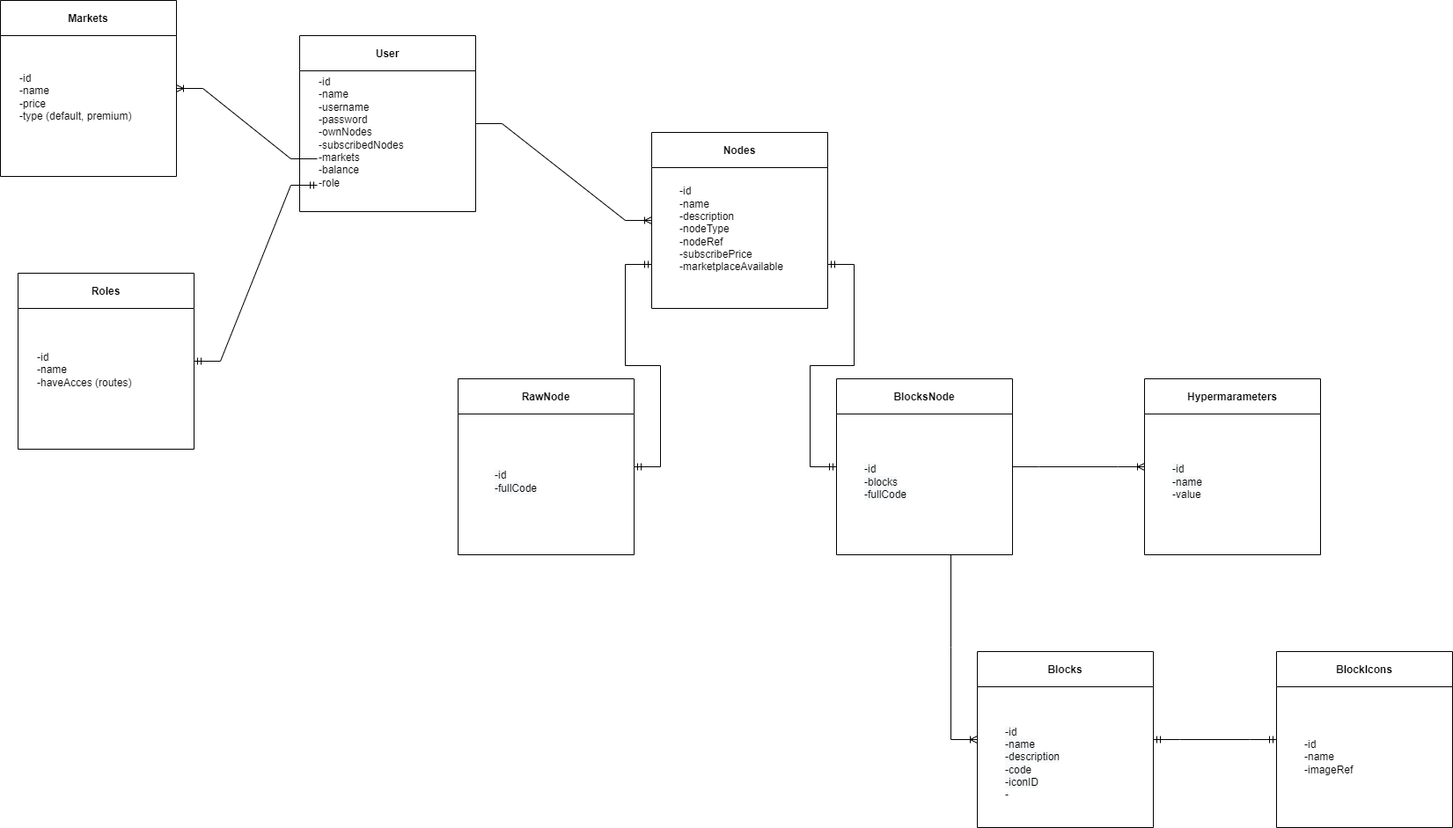
The draw.io diagram ER.drawio.png in GabrielDamian/Stonks_Ultimate_BachelorDegree, before a commit. Source tidied: cells renumbered, new cells last; positions are measured from the earlier drawing's top-left corner, leaving out a move shared by most shapes.
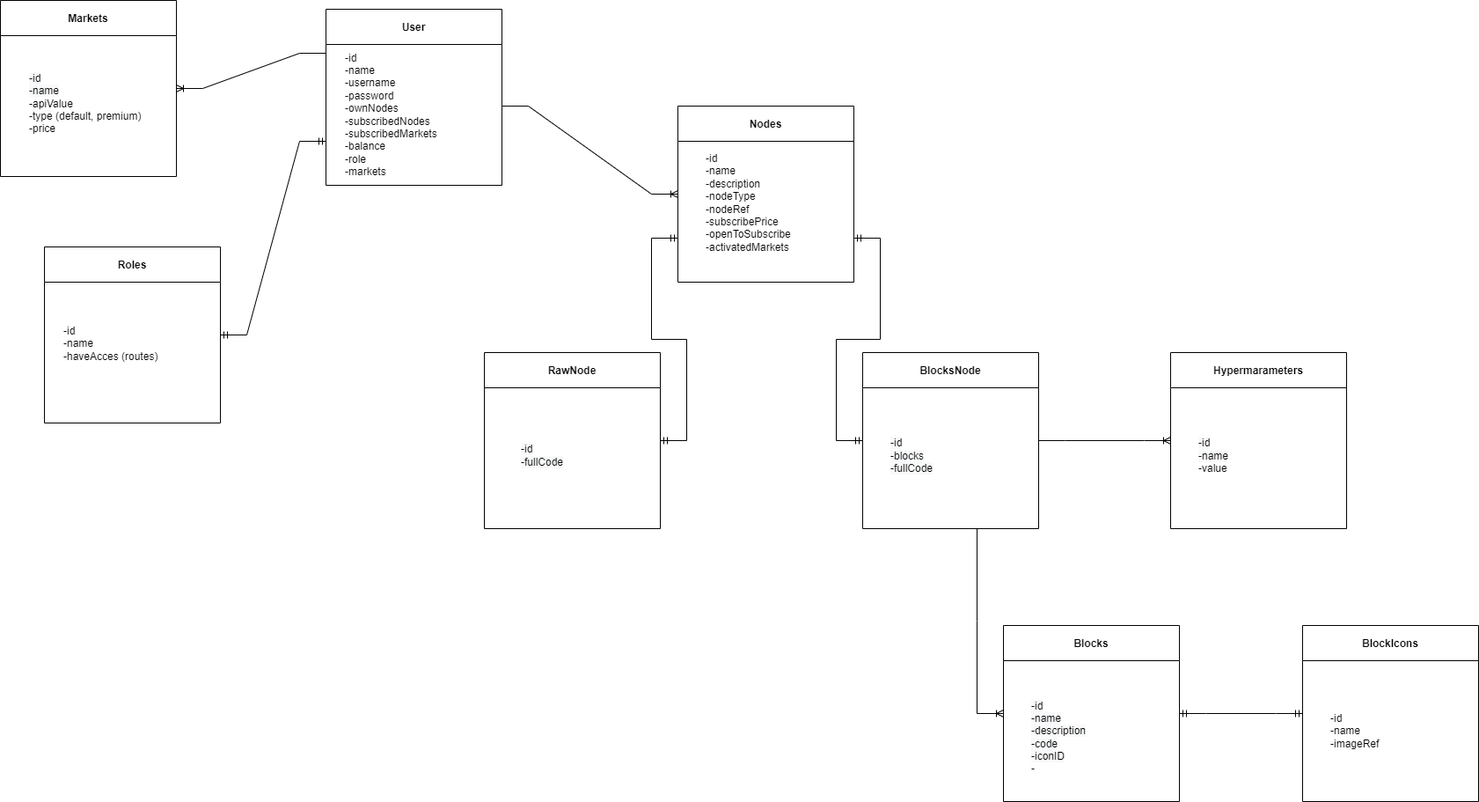
Above is the later version.

What changed in the source:
```diff
@@ -5,14 +5,14 @@
     <mxCell id="2" value="User" style="swimlane;startSize=40;" parent="1" vertex="1">
       <mxGeometry x="340" y="40" width="200" height="200" as="geometry" />
     </mxCell>
-    <mxCell id="3" value="-id&lt;br&gt;-name&amp;nbsp;&lt;br&gt;-username&lt;br&gt;-password&lt;br&gt;-ownNodes&lt;br&gt;-subscribedNodes&lt;br&gt;-markets&lt;br&gt;-balance&lt;br&gt;-role&lt;br&gt;" style="text;html=1;strokeColor=none;fillColor=none;align=left;verticalAlign=middle;whiteSpace=wrap;rounded=0;" parent="2" vertex="1">
-      <mxGeometry x="20" y="50" width="140" height="120" as="geometry" />
+    <mxCell id="3" value="-id&lt;br&gt;-name&amp;nbsp;&lt;br&gt;-username&lt;br&gt;-password&lt;br&gt;-ownNodes&lt;br&gt;-subscribedNodes&lt;br&gt;-subscribedMarkets&lt;br&gt;-balance&lt;br&gt;-role&lt;br&gt;-markets" style="text;html=1;strokeColor=none;fillColor=none;align=left;verticalAlign=middle;whiteSpace=wrap;rounded=0;" parent="2" vertex="1">
+      <mxGeometry x="20" y="50" width="140" height="140" as="geometry" />
     </mxCell>
     <mxCell id="4" value="Nodes" style="swimlane;startSize=40;" parent="1" vertex="1">
       <mxGeometry x="740" y="150" width="200" height="200" as="geometry" />
     </mxCell>
-    <mxCell id="5" value="-id&lt;br&gt;-name&amp;nbsp;&lt;br&gt;-description&lt;br&gt;-nodeType&lt;br&gt;-nodeRef&lt;br&gt;-subscribePrice&lt;br&gt;-marketplaceAvailable" style="text;html=1;strokeColor=none;fillColor=none;align=left;verticalAlign=middle;whiteSpace=wrap;rounded=0;" parent="4" vertex="1">
-      <mxGeometry x="30" y="60" width="140" height="100" as="geometry" />
+    <mxCell id="5" value="-id&lt;br&gt;-name&amp;nbsp;&lt;br&gt;-description&lt;br&gt;-nodeType&lt;br&gt;-nodeRef&lt;br&gt;-subscribePrice&lt;br&gt;-openToSubscribe&lt;br&gt;-activatedMarkets" style="text;html=1;strokeColor=none;fillColor=none;align=left;verticalAlign=middle;whiteSpace=wrap;rounded=0;" parent="4" vertex="1">
+      <mxGeometry x="30" y="50" width="140" height="120" as="geometry" />
     </mxCell>
     <mxCell id="6" value="Blocks" style="swimlane;startSize=40;" parent="1" vertex="1">
       <mxGeometry x="1110" y="740" width="200" height="200" as="geometry" />
@@ -44,8 +44,10 @@
     <mxCell id="15" style="edgeStyle=entityRelationEdgeStyle;fontSize=12;html=1;endArrow=ERoneToMany;rounded=0;exitX=0.5;exitY=1;exitDx=0;exitDy=0;entryX=0;entryY=0.5;entryDx=0;entryDy=0;" parent="1" edge="1" source="13" target="6">
       <mxGeometry relative="1" as="geometry" />
     </mxCell>
-    <mxCell id="16" style="edgeStyle=entityRelationEdgeStyle;fontSize=12;html=1;endArrow=ERoneToMany;rounded=0;exitX=1;exitY=0.5;exitDx=0;exitDy=0;entryX=0;entryY=0.5;entryDx=0;entryDy=0;" parent="1" edge="1" source="2" target="4">
-      <mxGeometry relative="1" as="geometry" />
+    <mxCell id="16" style="edgeStyle=entityRelationEdgeStyle;fontSize=12;html=1;endArrow=ERoneToMany;rounded=0;entryX=0;entryY=0.5;entryDx=0;entryDy=0;" parent="1" edge="1" target="4">
+      <mxGeometry relative="1" as="geometry">
+        <mxPoint x="540" y="150" as="sourcePoint" />
+      </mxGeometry>
     </mxCell>
     <mxCell id="17" style="edgeStyle=entityRelationEdgeStyle;fontSize=12;html=1;endArrow=ERmandOne;startArrow=ERmandOne;rounded=0;entryX=0;entryY=0.75;entryDx=0;entryDy=0;exitX=1;exitY=0.5;exitDx=0;exitDy=0;" parent="1" edge="1" source="11" target="4">
       <mxGeometry relative="1" as="geometry" />
@@ -62,23 +64,23 @@
     <mxCell id="21" style="edgeStyle=entityRelationEdgeStyle;fontSize=12;html=1;endArrow=ERoneToMany;rounded=0;exitX=1;exitY=0.5;exitDx=0;exitDy=0;entryX=0;entryY=0.5;entryDx=0;entryDy=0;" parent="1" edge="1" source="13" target="19">
       <mxGeometry relative="1" as="geometry" />
     </mxCell>
-    <mxCell id="22" value="Markets" style="swimlane;startSize=40;" parent="1" vertex="1">
-      <mxGeometry width="200" height="200" as="geometry" />
-    </mxCell>
-    <mxCell id="23" value="-id&lt;br&gt;-name&lt;br&gt;-price&lt;br&gt;-type (default, premium)&lt;br&gt;" style="text;html=1;strokeColor=none;fillColor=none;align=left;verticalAlign=middle;whiteSpace=wrap;rounded=0;" parent="22" vertex="1">
-      <mxGeometry x="20" y="50" width="140" height="120" as="geometry" />
-    </mxCell>
-    <mxCell id="24" style="edgeStyle=entityRelationEdgeStyle;fontSize=12;html=1;endArrow=ERoneToMany;rounded=0;exitX=0;exitY=0.75;exitDx=0;exitDy=0;entryX=1;entryY=0.5;entryDx=0;entryDy=0;" parent="1" edge="1" source="3" target="22">
-      <mxGeometry relative="1" as="geometry" />
-    </mxCell>
     <mxCell id="25" value="Roles" style="swimlane;startSize=40;" parent="1" vertex="1">
       <mxGeometry x="20" y="310" width="200" height="200" as="geometry" />
     </mxCell>
     <mxCell id="26" value="-id&lt;br&gt;-name&lt;br&gt;-haveAcces (routes)" style="text;html=1;strokeColor=none;fillColor=none;align=left;verticalAlign=middle;whiteSpace=wrap;rounded=0;" parent="25" vertex="1">
       <mxGeometry x="20" y="50" width="140" height="120" as="geometry" />
     </mxCell>
-    <mxCell id="27" style="edgeStyle=entityRelationEdgeStyle;fontSize=12;html=1;endArrow=ERmandOne;startArrow=ERmandOne;rounded=0;exitX=1;exitY=0.5;exitDx=0;exitDy=0;entryX=0;entryY=1;entryDx=0;entryDy=0;" parent="1" edge="1" source="25" target="3">
+    <mxCell id="27" style="edgeStyle=entityRelationEdgeStyle;fontSize=12;html=1;endArrow=ERmandOne;startArrow=ERmandOne;rounded=0;exitX=1;exitY=0.5;exitDx=0;exitDy=0;entryX=0;entryY=0.75;entryDx=0;entryDy=0;" parent="1" edge="1" source="25" target="2">
       <mxGeometry relative="1" as="geometry" />
     </mxCell>
+    <mxCell id="22" value="Markets" style="swimlane;startSize=40;" parent="1" vertex="1">
+      <mxGeometry x="-30" y="30" width="200" height="200" as="geometry" />
+    </mxCell>
+    <mxCell id="28" value="&lt;br&gt;&lt;span style=&quot;color: rgb(0, 0, 0); font-family: Helvetica; font-size: 12px; font-style: normal; font-variant-ligatures: normal; font-variant-caps: normal; font-weight: 400; letter-spacing: normal; orphans: 2; text-align: left; text-indent: 0px; text-transform: none; widows: 2; word-spacing: 0px; -webkit-text-stroke-width: 0px; background-color: rgb(248, 249, 250); text-decoration-thickness: initial; text-decoration-style: initial; text-decoration-color: initial; float: none; display: inline !important;&quot;&gt;-id&lt;/span&gt;&lt;br style=&quot;color: rgb(0, 0, 0); font-family: Helvetica; font-size: 12px; font-style: normal; font-variant-ligatures: normal; font-variant-caps: normal; font-weight: 400; letter-spacing: normal; orphans: 2; text-align: left; text-indent: 0px; text-transform: none; widows: 2; word-spacing: 0px; -webkit-text-stroke-width: 0px; background-color: rgb(248, 249, 250); text-decoration-thickness: initial; text-decoration-style: initial; text-decoration-color: initial;&quot;&gt;&lt;span style=&quot;color: rgb(0, 0, 0); font-family: Helvetica; font-size: 12px; font-style: normal; font-variant-ligatures: normal; font-variant-caps: normal; font-weight: 400; letter-spacing: normal; orphans: 2; text-align: left; text-indent: 0px; text-transform: none; widows: 2; word-spacing: 0px; -webkit-text-stroke-width: 0px; background-color: rgb(248, 249, 250); text-decoration-thickness: initial; text-decoration-style: initial; text-decoration-color: initial; float: none; display: inline !important;&quot;&gt;-name&lt;/span&gt;&lt;br style=&quot;color: rgb(0, 0, 0); font-family: Helvetica; font-size: 12px; font-style: normal; font-variant-ligatures: normal; font-variant-caps: normal; font-weight: 400; letter-spacing: normal; orphans: 2; text-align: left; text-indent: 0px; text-transform: none; widows: 2; word-spacing: 0px; -webkit-text-stroke-width: 0px; background-color: rgb(248, 249, 250); text-decoration-thickness: initial; text-decoration-style: initial; text-decoration-color: initial;&quot;&gt;-apiValue&lt;br&gt;-type (default, premium)&lt;br&gt;-price&lt;br&gt;" style="text;html=1;strokeColor=none;fillColor=none;align=left;verticalAlign=middle;whiteSpace=wrap;rounded=0;" parent="22" vertex="1">
+      <mxGeometry x="31" y="50" width="140" height="120" as="geometry" />
+    </mxCell>
+    <mxCell id="29" style="edgeStyle=entityRelationEdgeStyle;fontSize=12;html=1;endArrow=ERoneToMany;rounded=0;entryX=1;entryY=0.5;entryDx=0;entryDy=0;exitX=0;exitY=0.25;exitDx=0;exitDy=0;" parent="1" edge="1" source="2" target="22">
+      <mxGeometry relative="1" as="geometry" />
+    </mxCell>
   </root>
 </mxGraphModel>
```
